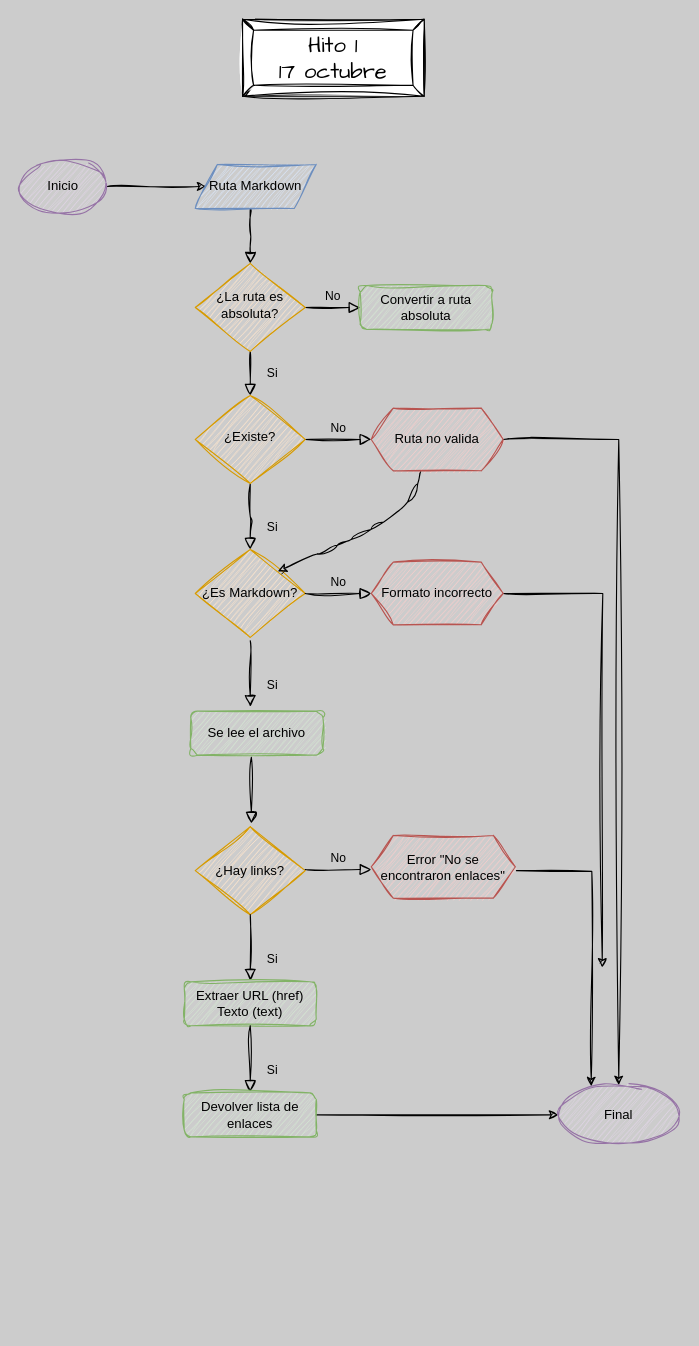
Above: Diagrama sin título.drawio in noriegaby/DEV010-md-links (draw.io), before the change. Source tidied: cells renumbered, new cells numbered last; positions are measured from the earlier drawing's top-left corner, leaving out a move shared by most shapes. Both pictures are drawn from the tidied source at 110%, with x=0, y=0 at pixel (19, 19).
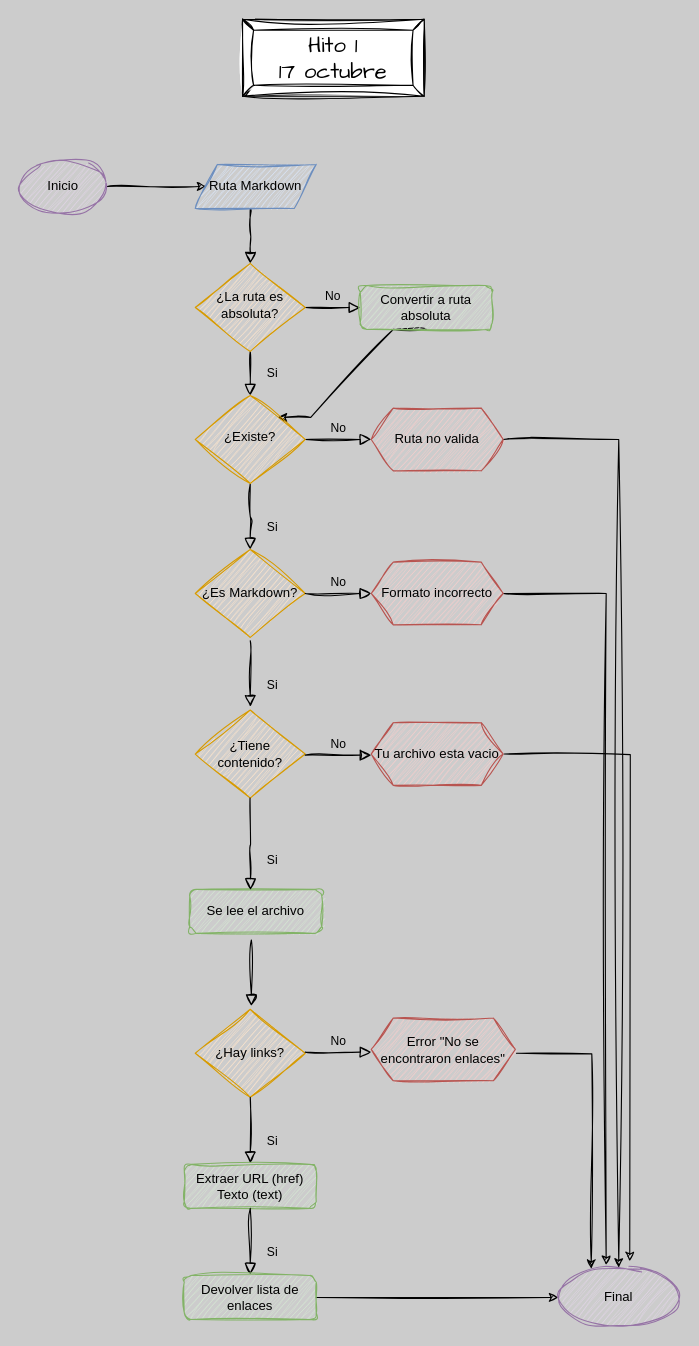
The same diagram, later.

Unchanged cells that the change refers to:
```xml
<mxCell id="6" value="Convertir a ruta absoluta" style="rounded=1;whiteSpace=wrap;html=1;fontSize=12;glass=0;strokeWidth=1;shadow=0;fillColor=#d5e8d4;strokeColor=#82b366;sketch=1;curveFitting=1;jiggle=2;" parent="1" vertex="1">
  <mxGeometry x="310" y="242" width="120" height="40" as="geometry" />
</mxCell>
<mxCell id="9" value="¿Existe?" style="rhombus;whiteSpace=wrap;html=1;shadow=0;fontFamily=Helvetica;fontSize=12;align=center;strokeWidth=1;spacing=6;spacingTop=-4;fillColor=#ffe6cc;strokeColor=#d79b00;sketch=1;curveFitting=1;jiggle=2;" parent="1" vertex="1">
  <mxGeometry x="160" y="342" width="100" height="80" as="geometry" />
</mxCell>
<mxCell id="10" value="¿Es Markdown?" style="rhombus;whiteSpace=wrap;html=1;fillColor=#ffe6cc;strokeColor=#d79b00;sketch=1;curveFitting=1;jiggle=2;" parent="1" vertex="1">
  <mxGeometry x="160" y="482" width="100" height="80" as="geometry" />
</mxCell>
<mxCell id="21" value="Ruta no valida" style="shape=hexagon;perimeter=hexagonPerimeter2;whiteSpace=wrap;html=1;fixedSize=1;fillColor=#f8cecc;strokeColor=#b85450;sketch=1;curveFitting=1;jiggle=2;" parent="1" vertex="1">
  <mxGeometry x="320" y="353.5" width="120" height="57" as="geometry" />
</mxCell>
<mxCell id="23" value="Formato incorrecto" style="shape=hexagon;perimeter=hexagonPerimeter2;whiteSpace=wrap;html=1;fixedSize=1;fillColor=#f8cecc;strokeColor=#b85450;sketch=1;curveFitting=1;jiggle=2;" parent="1" vertex="1">
  <mxGeometry x="320" y="493.5" width="120" height="57" as="geometry" />
</mxCell>
```

Diff of the diagram source:
```diff
@@
+    <mxCell id="34" style="edgeStyle=entityRelationEdgeStyle;rounded=0;sketch=1;hachureGap=4;jiggle=2;curveFitting=1;jettySize=auto;html=1;exitX=0.5;exitY=1;exitDx=0;exitDy=0;entryX=1;entryY=0;entryDx=0;entryDy=0;fontFamily=Architects Daughter;fontSize=16;" parent="1" edge="1" source="6" target="9">
+      <mxGeometry relative="1" as="geometry" />
+    </mxCell>
@@
     <mxCell id="12" value="¿Hay links?" style="rhombus;whiteSpace=wrap;html=1;fillColor=#ffe6cc;strokeColor=#d79b00;sketch=1;curveFitting=1;jiggle=2;" parent="1" vertex="1">
-      <mxGeometry x="160" y="734" width="100" height="80" as="geometry" />
+      <mxGeometry x="160" y="900" width="100" height="80" as="geometry" />
     </mxCell>
@@
     <mxCell id="14" value="Si" style="rounded=0;html=1;jettySize=auto;orthogonalLoop=1;fontSize=11;endArrow=block;endFill=0;endSize=8;strokeWidth=1;shadow=0;labelBackgroundColor=none;edgeStyle=orthogonalEdgeStyle;sketch=1;curveFitting=1;jiggle=2;" parent="1" edge="1">
       <mxGeometry x="0.33" y="20" relative="1" as="geometry">
-        <mxPoint x="210" y="814" as="sourcePoint" />
-        <mxPoint x="210" y="874" as="targetPoint" />
+        <mxPoint x="210" y="980" as="sourcePoint" />
+        <mxPoint x="210" y="1040" as="targetPoint" />
       </mxGeometry>
     </mxCell>
     <mxCell id="15" value="Extraer URL (href) Texto (text)" style="rounded=1;whiteSpace=wrap;html=1;fontSize=12;glass=0;strokeWidth=1;shadow=0;fillColor=#d5e8d4;strokeColor=#82b366;sketch=1;curveFitting=1;jiggle=2;" parent="1" vertex="1">
-      <mxGeometry x="150" y="875" width="120" height="40" as="geometry" />
+      <mxGeometry x="150" y="1041" width="120" height="40" as="geometry" />
     </mxCell>
     <mxCell id="16" value="Si" style="rounded=0;html=1;jettySize=auto;orthogonalLoop=1;fontSize=11;endArrow=block;endFill=0;endSize=8;strokeWidth=1;shadow=0;labelBackgroundColor=none;edgeStyle=orthogonalEdgeStyle;sketch=1;curveFitting=1;jiggle=2;" parent="1" edge="1">
       <mxGeometry x="0.33" y="20" relative="1" as="geometry">
-        <mxPoint x="210" y="915" as="sourcePoint" />
-        <mxPoint x="210" y="975" as="targetPoint" />
+        <mxPoint x="210" y="1081" as="sourcePoint" />
+        <mxPoint x="210" y="1141" as="targetPoint" />
       </mxGeometry>
     </mxCell>
@@
     <mxCell id="18" value="Devolver lista de enlaces" style="rounded=1;whiteSpace=wrap;html=1;fontSize=12;glass=0;strokeWidth=1;shadow=0;fillColor=#d5e8d4;strokeColor=#82b366;sketch=1;curveFitting=1;jiggle=2;" parent="1" vertex="1">
-      <mxGeometry x="150" y="976" width="120" height="40" as="geometry" />
+      <mxGeometry x="150" y="1142" width="120" height="40" as="geometry" />
     </mxCell>
-    <mxCell id="19" style="endArrow=classic;html=1;rounded=1;exitX=0.375;exitY=1;exitDx=0;exitDy=0;entryX=1;entryY=0;entryDx=0;entryDy=0;sketch=1;curveFitting=1;jiggle=2;" parent="1" edge="1" source="21" target="10">
-      <mxGeometry relative="1" as="geometry">
-        <Array as="points">
-          <mxPoint x="360" y="432" />
-          <mxPoint x="340" y="452" />
-          <mxPoint x="311" y="469" />
-          <mxPoint x="280" y="482" />
-        </Array>
-      </mxGeometry>
-    </mxCell>
@@
-    <mxCell id="22" style="edgeStyle=orthogonalEdgeStyle;rounded=0;jettySize=auto;html=1;sketch=1;curveFitting=1;jiggle=2;" parent="1" edge="1" source="23">
-      <mxGeometry relative="1" as="geometry">
-        <mxPoint x="530" y="862" as="targetPoint" />
-      </mxGeometry>
+    <mxCell id="22" style="edgeStyle=orthogonalEdgeStyle;rounded=0;jettySize=auto;html=1;sketch=1;curveFitting=1;jiggle=2;entryX=0.396;entryY=-0.047;entryDx=0;entryDy=0;entryPerimeter=0;" parent="1" edge="1" source="23" target="26">
+      <mxGeometry relative="1" as="geometry" />
     </mxCell>
@@
     <mxCell id="24" value="Error &quot;No se encontraron enlaces&quot;" style="shape=hexagon;perimeter=hexagonPerimeter2;whiteSpace=wrap;html=1;fixedSize=1;fillColor=#f8cecc;strokeColor=#b85450;sketch=1;curveFitting=1;jiggle=2;" parent="1" vertex="1">
-      <mxGeometry x="320" y="742" width="131" height="57" as="geometry" />
+      <mxGeometry x="320" y="908" width="131" height="57" as="geometry" />
     </mxCell>
     <mxCell id="25" value="No" style="edgeStyle=orthogonalEdgeStyle;rounded=0;html=1;jettySize=auto;orthogonalLoop=1;fontSize=11;endArrow=block;endFill=0;endSize=8;strokeWidth=1;shadow=0;labelBackgroundColor=none;entryX=0;entryY=0.5;entryDx=0;entryDy=0;sketch=1;curveFitting=1;jiggle=2;" parent="1" edge="1">
       <mxGeometry y="10" relative="1" as="geometry">
-        <mxPoint x="260" y="773" as="sourcePoint" />
-        <mxPoint x="320" y="773" as="targetPoint" />
+        <mxPoint x="260" y="939" as="sourcePoint" />
+        <mxPoint x="320" y="939" as="targetPoint" />
       </mxGeometry>
     </mxCell>
     <mxCell id="26" value="Final" style="ellipse;whiteSpace=wrap;html=1;fillColor=#e1d5e7;strokeColor=#9673a6;sketch=1;curveFitting=1;jiggle=2;" parent="1" vertex="1">
-      <mxGeometry x="490" y="969" width="110" height="54" as="geometry" />
+      <mxGeometry x="490" y="1135" width="110" height="54" as="geometry" />
     </mxCell>
     <mxCell id="27" style="edgeStyle=orthogonalEdgeStyle;rounded=0;orthogonalLoop=1;jettySize=auto;html=1;sketch=1;curveFitting=1;jiggle=2;" parent="1" edge="1">
       <mxGeometry relative="1" as="geometry">
-        <mxPoint x="452" y="774" as="sourcePoint" />
-        <mxPoint x="520" y="970" as="targetPoint" />
+        <mxPoint x="452" y="940" as="sourcePoint" />
+        <mxPoint x="520" y="1136" as="targetPoint" />
       </mxGeometry>
     </mxCell>
@@
     <mxCell id="32" value="Se lee el archivo" style="rounded=1;whiteSpace=wrap;html=1;fontSize=12;glass=0;strokeWidth=1;shadow=0;fillColor=#d5e8d4;strokeColor=#82b366;sketch=1;curveFitting=1;jiggle=2;" parent="1" vertex="1">
-      <mxGeometry x="156" y="629" width="120" height="40" as="geometry" />
+      <mxGeometry x="155" y="791" width="120" height="40" as="geometry" />
     </mxCell>
     <mxCell id="33" style="rounded=0;html=1;jettySize=auto;orthogonalLoop=1;fontSize=11;endArrow=block;endFill=0;endSize=8;strokeWidth=1;shadow=0;labelBackgroundColor=none;edgeStyle=orthogonalEdgeStyle;sketch=1;curveFitting=1;jiggle=2;" parent="1" edge="1">
       <mxGeometry x="0.33" y="20" relative="1" as="geometry">
-        <mxPoint x="211" y="671" as="sourcePoint" />
-        <mxPoint x="211" y="731" as="targetPoint" />
+        <mxPoint x="211" y="837" as="sourcePoint" />
+        <mxPoint x="211" y="897" as="targetPoint" />
       </mxGeometry>
     </mxCell>
+    <mxCell id="35" value="¿Tiene contenido?" style="rhombus;whiteSpace=wrap;html=1;fillColor=#ffe6cc;strokeColor=#d79b00;sketch=1;curveFitting=1;jiggle=2;" parent="1" vertex="1">
+      <mxGeometry x="160" y="628" width="100" height="80" as="geometry" />
+    </mxCell>
+    <mxCell id="36" value="Si" style="rounded=0;html=1;jettySize=auto;fontSize=11;endArrow=block;endFill=0;endSize=8;strokeWidth=1;shadow=0;labelBackgroundColor=none;edgeStyle=orthogonalEdgeStyle;sketch=1;curveFitting=1;jiggle=2;entryX=0.46;entryY=0.013;entryDx=0;entryDy=0;entryPerimeter=0;" parent="1" edge="1" target="32">
+      <mxGeometry x="0.33" y="20" relative="1" as="geometry">
+        <mxPoint x="209.8" y="708" as="sourcePoint" />
+      </mxGeometry>
+    </mxCell>
+    <mxCell id="37" value="Tu archivo esta vacio" style="shape=hexagon;perimeter=hexagonPerimeter2;whiteSpace=wrap;html=1;fixedSize=1;fillColor=#f8cecc;strokeColor=#b85450;sketch=1;curveFitting=1;jiggle=2;" parent="1" vertex="1">
+      <mxGeometry x="320" y="639.5" width="120" height="57" as="geometry" />
+    </mxCell>
+    <mxCell id="38" value="No" style="edgeStyle=orthogonalEdgeStyle;rounded=0;html=1;jettySize=auto;orthogonalLoop=1;fontSize=11;endArrow=block;endFill=0;endSize=8;strokeWidth=1;shadow=0;labelBackgroundColor=none;entryX=0;entryY=0.5;entryDx=0;entryDy=0;sketch=1;curveFitting=1;jiggle=2;" parent="1" edge="1">
+      <mxGeometry y="10" relative="1" as="geometry">
+        <mxPoint x="260" y="669" as="sourcePoint" />
+        <mxPoint x="320" y="669" as="targetPoint" />
+      </mxGeometry>
+    </mxCell>
+    <mxCell id="39" style="edgeStyle=orthogonalEdgeStyle;rounded=0;orthogonalLoop=1;jettySize=auto;html=1;sketch=1;curveFitting=1;jiggle=2;" parent="1" edge="1">
+      <mxGeometry relative="1" as="geometry">
+        <mxPoint x="441" y="668" as="sourcePoint" />
+        <mxPoint x="555" y="1129" as="targetPoint" />
+      </mxGeometry>
+    </mxCell>
```
